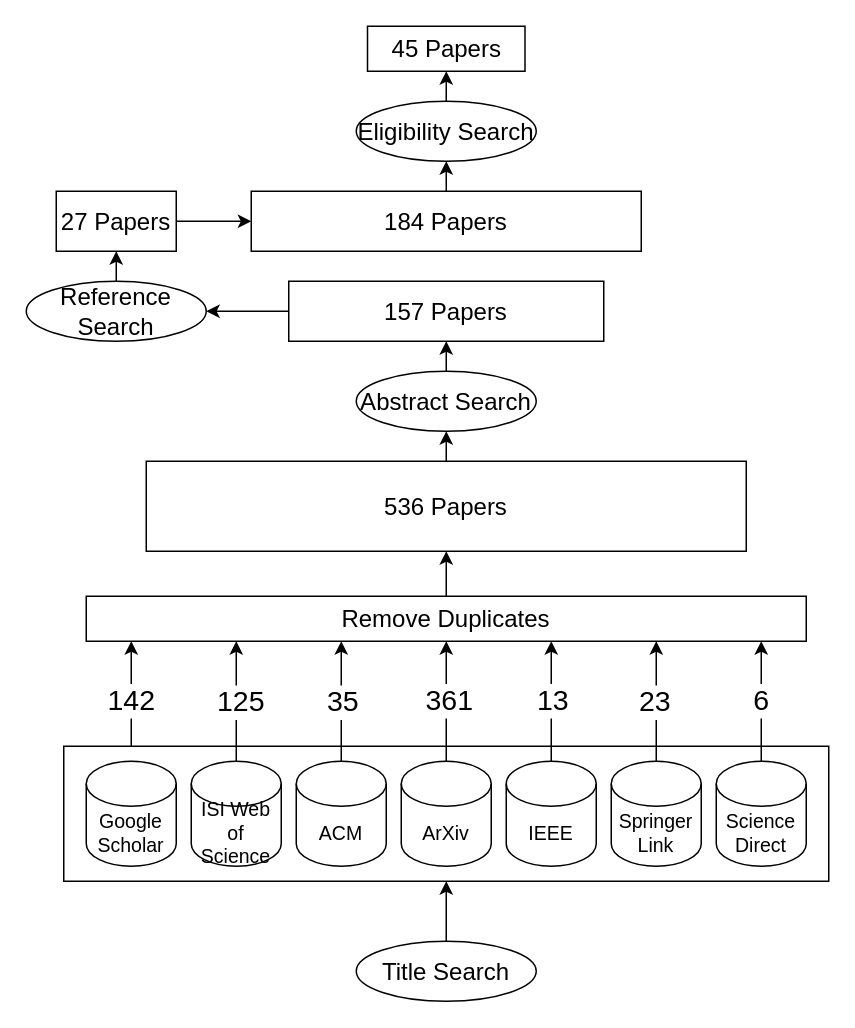
semantic-systems/RE-for-KGQA-survey keeps this draw.io diagram as Untitled Diagram.drawio. Above is the earlier version. Source tidied: cells renumbered, new cells numbered last; positions are measured from the earlier drawing's top-left corner, leaving out a move shared by most shapes. Both pictures are drawn from the tidied source at 150%, with x=0, y=0 at pixel (26, 26).
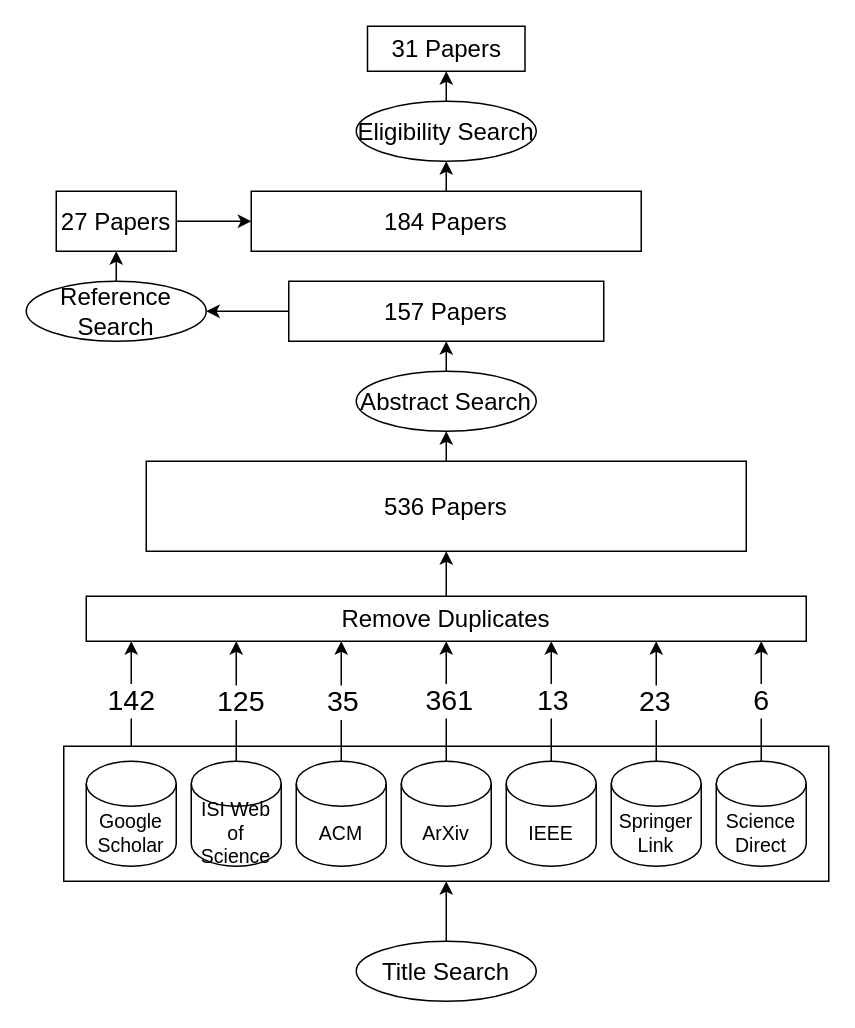
The same page after the edit.

Diff of the diagram source:
```diff
@@
-    <mxCell id="40" value="45 Papers" style="rounded=0;whiteSpace=wrap;html=1;fontFamily=Cambria;fontSize=16;" parent="1" vertex="1">
+    <mxCell id="40" value="31 Papers" style="rounded=0;whiteSpace=wrap;html=1;fontFamily=Cambria;fontSize=16;" parent="1" vertex="1">
       <mxGeometry x="227.5" width="105" height="30" as="geometry" />
     </mxCell>
```
